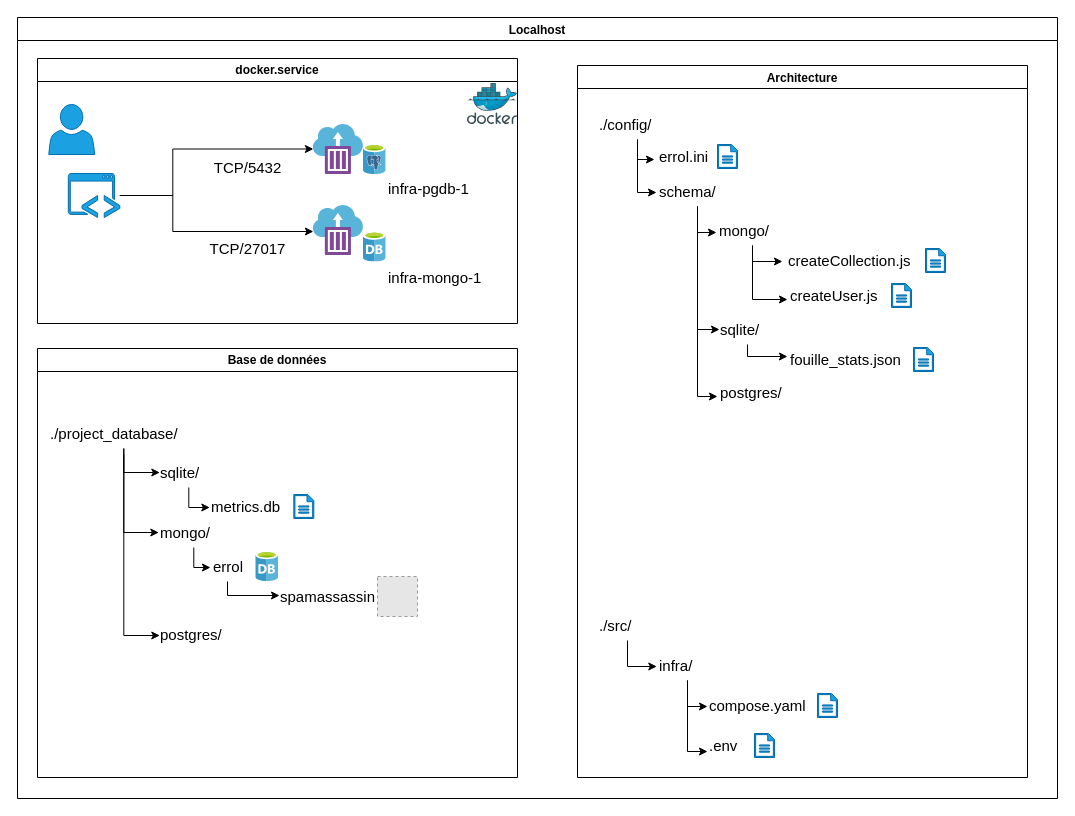
Above: rapport/Schéma/archi_docker.drawio in peredur0/errol (draw.io), before the change. Source tidied: cells renumbered, new cells numbered last; positions are measured from the earlier drawing's top-left corner, leaving out a move shared by most shapes. Both pictures are drawn from the tidied source at 100%, with x=0, y=0 at pixel (17, 17). Pictures stored in the file or linked from it are replaced by grey dashed boxes.
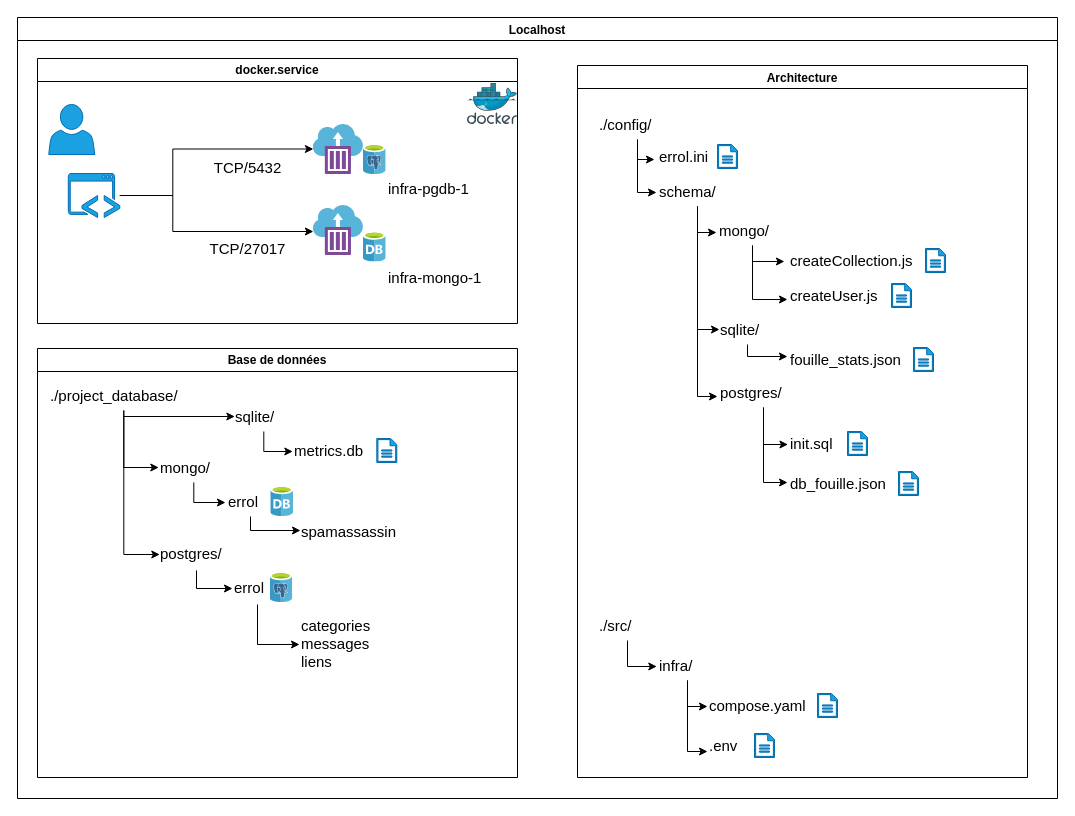
The same page after the edit.

Unchanged cells that the change refers to:
```xml
<mxCell id="3" value="Architecture" style="swimlane;" parent="2" vertex="1">
  <mxGeometry x="560" y="48" width="450" height="712" as="geometry" />
</mxCell>
<mxCell id="16" value="postgres/" style="text;html=1;align=left;verticalAlign=middle;points=[];strokeColor=none;fillColor=none;fontSize=15;" parent="3" vertex="1">
  <mxGeometry x="141" y="312" width="90" height="30" as="geometry" />
</mxCell>
<mxCell id="48" value="Base de données" style="swimlane;whiteSpace=wrap;html=1;" parent="2" vertex="1">
  <mxGeometry x="20" y="331" width="480" height="429" as="geometry" />
</mxCell>
```

Diff of the diagram source:
```diff
@@
     <mxCell id="9" value="createCollection.js" style="text;html=1;align=left;verticalAlign=middle;points=[];strokeColor=none;fillColor=none;fontSize=15;" parent="3" vertex="1">
-      <mxGeometry x="209" y="180" width="150" height="30" as="geometry" />
+      <mxGeometry x="211" y="180" width="150" height="30" as="geometry" />
     </mxCell>
@@
+    <mxCell id="65" value="init.sql" style="text;html=1;align=left;verticalAlign=middle;points=[];strokeColor=none;fillColor=none;fontSize=15;" parent="3" vertex="1">
+      <mxGeometry x="211" y="363" width="70" height="30" as="geometry" />
+    </mxCell>
+    <mxCell id="66" style="edgeStyle=orthogonalEdgeStyle;rounded=0;jettySize=auto;html=1;entryX=-0.008;entryY=0.533;entryDx=0;entryDy=0;entryPerimeter=0;" parent="3" edge="1" source="16" target="65">
+      <mxGeometry relative="1" as="geometry" />
+    </mxCell>
+    <mxCell id="67" style="sketch=0;shadow=0;dashed=0;html=1;strokeColor=#006EAF;fillColor=#1ba1e2;labelPosition=center;verticalLabelPosition=bottom;verticalAlign=top;align=center;shape=mxgraph.office.concepts.document;fontSize=15;fontColor=#ffffff;" parent="3" vertex="1">
+      <mxGeometry x="270" y="366" width="20" height="24" as="geometry" />
+    </mxCell>
+    <mxCell id="68" value="db_fouille.json" style="text;html=1;align=left;verticalAlign=middle;points=[];strokeColor=none;fillColor=none;fontSize=15;" parent="3" vertex="1">
+      <mxGeometry x="211" y="403" width="120" height="30" as="geometry" />
+    </mxCell>
+    <mxCell id="69" style="sketch=0;shadow=0;dashed=0;html=1;strokeColor=#006EAF;fillColor=#1ba1e2;labelPosition=center;verticalLabelPosition=bottom;verticalAlign=top;align=center;shape=mxgraph.office.concepts.document;fontSize=15;fontColor=#ffffff;" parent="3" vertex="1">
+      <mxGeometry x="321" y="406" width="20" height="24" as="geometry" />
+    </mxCell>
+    <mxCell id="70" style="edgeStyle=orthogonalEdgeStyle;rounded=0;jettySize=auto;html=1;entryX=-0.008;entryY=0.467;entryDx=0;entryDy=0;entryPerimeter=0;" parent="3" edge="1" source="16" target="68">
+      <mxGeometry relative="1" as="geometry" />
+    </mxCell>
@@
     <mxCell id="51" value="./project_database/" style="text;html=1;align=left;verticalAlign=middle;points=[];strokeColor=none;fillColor=none;fontSize=15;" parent="48" vertex="1">
-      <mxGeometry x="11.3" y="70" width="150" height="30" as="geometry" />
+      <mxGeometry x="11.3" y="32" width="150" height="30" as="geometry" />
     </mxCell>
     <mxCell id="52" value="postgres/" style="text;html=1;align=left;verticalAlign=middle;points=[];strokeColor=none;fillColor=none;fontSize=15;" parent="48" vertex="1">
-      <mxGeometry x="121.3" y="271" width="90" height="30" as="geometry" />
+      <mxGeometry x="121.3" y="190" width="90" height="30" as="geometry" />
     </mxCell>
     <mxCell id="53" value="mongo/" style="text;html=1;align=left;verticalAlign=middle;points=[];strokeColor=none;fillColor=none;fontSize=15;" parent="48" vertex="1">
-      <mxGeometry x="121.3" y="169" width="70" height="30" as="geometry" />
+      <mxGeometry x="121.3" y="104" width="70" height="30" as="geometry" />
     </mxCell>
     <mxCell id="54" value="sqlite/" style="text;html=1;align=left;verticalAlign=middle;points=[];strokeColor=none;fillColor=none;fontSize=15;" parent="48" vertex="1">
-      <mxGeometry x="121.3" y="109" width="60" height="30" as="geometry" />
+      <mxGeometry x="196.3" y="53" width="60" height="30" as="geometry" />
     </mxCell>
@@
     <mxCell id="56" value="metrics.db" style="text;html=1;align=left;verticalAlign=middle;points=[];strokeColor=none;fillColor=none;fontSize=15;" parent="48" vertex="1">
-      <mxGeometry x="172.3" y="143" width="90" height="30" as="geometry" />
+      <mxGeometry x="255.3" y="87" width="90" height="30" as="geometry" />
     </mxCell>
@@
     <mxCell id="58" style="sketch=0;shadow=0;dashed=0;html=1;strokeColor=#006EAF;fillColor=#1ba1e2;labelPosition=center;verticalLabelPosition=bottom;verticalAlign=top;align=center;shape=mxgraph.office.concepts.document;fontSize=15;fontColor=#ffffff;" parent="48" vertex="1">
-      <mxGeometry x="256.3" y="146" width="20" height="24" as="geometry" />
+      <mxGeometry x="339.3" y="90" width="20" height="24" as="geometry" />
     </mxCell>
     <mxCell id="59" value="errol" style="text;html=1;align=left;verticalAlign=middle;points=[];strokeColor=none;fillColor=none;fontSize=15;" parent="48" vertex="1">
-      <mxGeometry x="174.3" y="203" width="50" height="30" as="geometry" />
+      <mxGeometry x="189.3" y="138" width="50" height="30" as="geometry" />
     </mxCell>
@@
     <mxCell id="61" value="spamassassin" style="text;html=1;align=left;verticalAlign=middle;points=[];strokeColor=none;fillColor=none;fontSize=15;" parent="48" vertex="1">
-      <mxGeometry x="241.3" y="233" width="120" height="30" as="geometry" />
+      <mxGeometry x="262.3" y="168" width="120" height="30" as="geometry" />
     </mxCell>
-    <mxCell id="62" style="edgeStyle=orthogonalEdgeStyle;rounded=0;jettySize=auto;html=1;entryX=0.006;entryY=0.467;entryDx=0;entryDy=0;entryPerimeter=0;" parent="48" edge="1" source="59" target="61">
+    <mxCell id="62" style="edgeStyle=orthogonalEdgeStyle;rounded=0;jettySize=auto;html=1;entryX=0.006;entryY=0.467;entryDx=0;entryDy=0;entryPerimeter=0;exitX=0.474;exitY=1;exitDx=0;exitDy=0;exitPerimeter=0;" parent="48" edge="1" source="59" target="61">
       <mxGeometry relative="1" as="geometry">
         <Array as="points">
-          <mxPoint x="190" y="247" />
+          <mxPoint x="213" y="182" />
         </Array>
       </mxGeometry>
     </mxCell>
-    <mxCell id="63" style="fillColor=#E6E6E6;strokeColor=#999999;dashed=1;verticalLabelPosition=bottom;labelBackgroundColor=default;verticalAlign=top;" parent="48" vertex="1">
-      <mxGeometry x="340" y="228" width="40" height="40" as="geometry" />
-    </mxCell>
     <mxCell id="64" style="sketch=0;html=1;align=center;image;fontSize=12;image=img/lib/mscae/Database_General.svg;" parent="48" vertex="1">
-      <mxGeometry x="218.3" y="203" width="22.8" height="30" as="geometry" />
+      <mxGeometry x="233.3" y="138" width="22.8" height="30" as="geometry" />
     </mxCell>
+    <mxCell id="71" value="errol" style="text;html=1;align=left;verticalAlign=middle;points=[];strokeColor=none;fillColor=none;fontSize=15;" parent="48" vertex="1">
+      <mxGeometry x="195.3" y="224" width="50" height="30" as="geometry" />
+    </mxCell>
+    <mxCell id="72" style="edgeStyle=orthogonalEdgeStyle;rounded=0;jettySize=auto;html=1;entryX=-0.006;entryY=0.533;entryDx=0;entryDy=0;entryPerimeter=0;exitX=0.419;exitY=1.067;exitDx=0;exitDy=0;exitPerimeter=0;" parent="48" edge="1" source="52" target="71">
+      <mxGeometry relative="1" as="geometry" />
+    </mxCell>
+    <mxCell id="73" style="sketch=0;html=1;align=center;image;fontSize=12;image=img/lib/mscae/Azure_Database_for_PostgreSQL_servers.svg;" parent="48" vertex="1">
+      <mxGeometry x="232.5" y="224" width="22.8" height="30" as="geometry" />
+    </mxCell>
+    <mxCell id="74" value="categories&lt;br&gt;messages&lt;br&gt;liens" style="text;html=1;align=left;verticalAlign=middle;points=[];strokeColor=none;fillColor=none;fontSize=15;" parent="48" vertex="1">
+      <mxGeometry x="262.3" y="260" width="90" height="70" as="geometry" />
+    </mxCell>
+    <mxCell id="75" style="edgeStyle=orthogonalEdgeStyle;rounded=0;jettySize=auto;html=1;entryX=-0.003;entryY=0.514;entryDx=0;entryDy=0;entryPerimeter=0;exitX=0.494;exitY=1.067;exitDx=0;exitDy=0;exitPerimeter=0;" parent="48" edge="1" source="71" target="74">
+      <mxGeometry relative="1" as="geometry">
+        <Array as="points">
+          <mxPoint x="220" y="296" />
+        </Array>
+      </mxGeometry>
+    </mxCell>
```
